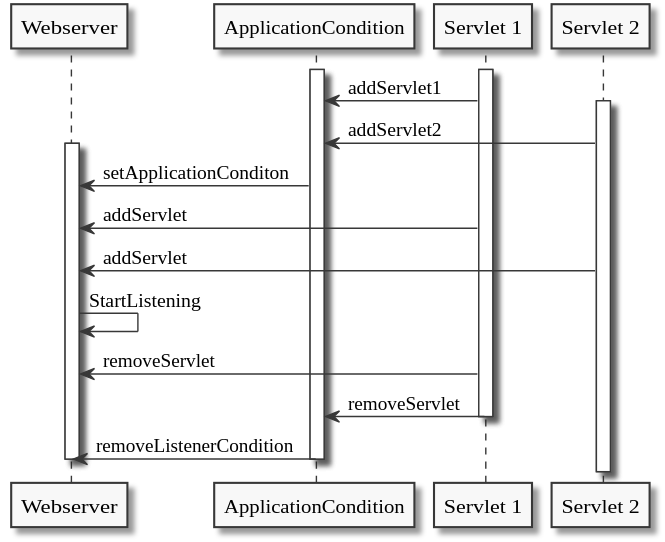
Above: osgi.specs/docbook/core/059/condition-sequence.svg in osgi/osgi (PlantUML), before the change.
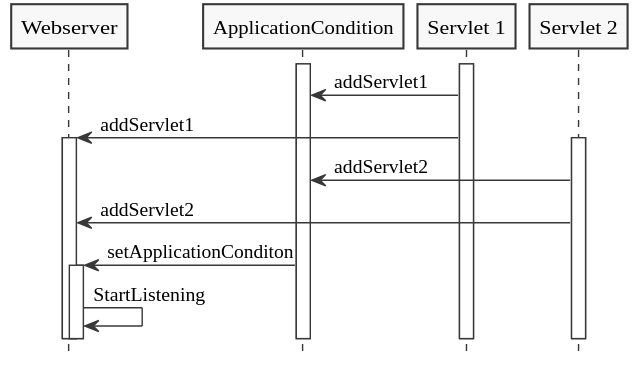
The same diagram one commit later.

Commit message:
Modified the diagrams and fixed typos

Diff of the diagram source:
```diff
@@ -1,6 +1,8 @@
 @startuml
+hide footbox
 skinparam monochrome true
 skinparam defaultFontName ProductusOSGiBookc
+skinparam shadowing false
 
 participant Webserver as wb
 participant ApplicationCondition as c
@@ -10,17 +12,12 @@
 activate ll
 activate c
 ll -> c: addServlet1
+ll -> wb: addServlet1
+activate wb
 activate rl
 rl -> c: addServlet2
+rl -> wb: addServlet2
+c -> wb: setApplicationConditon
 activate wb
-c -> wb: setApplicationConditon
-ll -> wb: addServlet
-rl -> wb: addServlet
 wb -> wb: StartListening
-ll -> wb: removeServlet
-ll -> c: removeServlet
-deactivate ll
-c -> wb: removeListenerCondition
-deactivate c
-deactivate wb
 @enduml
```
